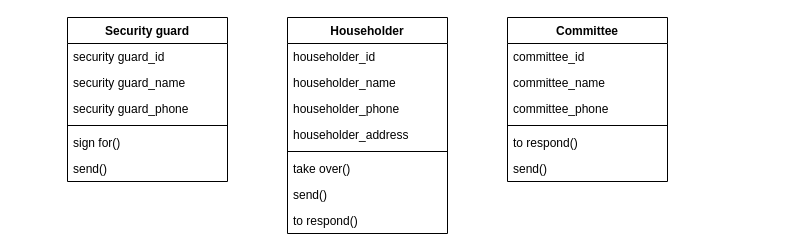
Earlier version of the draw.io diagram page "第2頁" (2 of 4) of answer.drawio (der0829/111-2Mid). Source tidied: cells renumbered, new cells numbered last; positions are measured from the earlier drawing's top-left corner, leaving out a move shared by most shapes. Both pictures are drawn from the tidied source at 100%, with x=0, y=0 at pixel (67, 17).
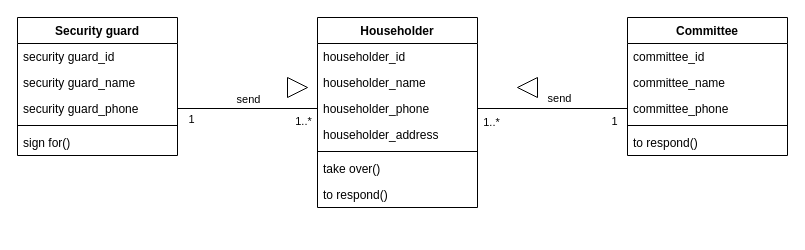
The same diagram, later.

The change refers to these unchanged cells:
```xml
<mxCell id="5" value="security guard_phone" style="text;strokeColor=none;fillColor=none;align=left;verticalAlign=top;spacingLeft=4;spacingRight=4;overflow=hidden;points=[[0,0.5],[1,0.5]];portConstraint=eastwest;" parent="2" vertex="1">
  <mxGeometry y="78" width="160" height="26" as="geometry" />
</mxCell>
<mxCell id="12" value="householder_phone" style="text;strokeColor=none;fillColor=none;align=left;verticalAlign=top;spacingLeft=4;spacingRight=4;overflow=hidden;points=[[0,0.5],[1,0.5]];portConstraint=eastwest;" parent="9" vertex="1">
  <mxGeometry y="78" width="160" height="26" as="geometry" />
</mxCell>
<mxCell id="21" value="committee_phone" style="text;strokeColor=none;fillColor=none;align=left;verticalAlign=top;spacingLeft=4;spacingRight=4;overflow=hidden;points=[[0,0.5],[1,0.5]];portConstraint=eastwest;" parent="18" vertex="1">
  <mxGeometry y="78" width="160" height="26" as="geometry" />
</mxCell>
```

What changed in the source:
```diff
@@
     <mxCell id="2" value="Security guard" style="swimlane;fontStyle=1;align=center;verticalAlign=top;horizontal=1;startSize=26;" parent="1" vertex="1">
-      <mxGeometry width="160" height="164" as="geometry" />
+      <mxGeometry x="-50" width="160" height="138" as="geometry" />
     </mxCell>
@@
-    <mxCell id="8" value="send()" style="text;strokeColor=none;fillColor=none;align=left;verticalAlign=top;spacingLeft=4;spacingRight=4;overflow=hidden;" parent="2" vertex="1">
-      <mxGeometry y="138" width="160" height="26" as="geometry" />
-    </mxCell>
     <mxCell id="9" value="Householder" style="swimlane;fontStyle=1;align=center;verticalAlign=top;horizontal=1;startSize=26;" parent="1" vertex="1">
-      <mxGeometry x="220" width="160" height="216" as="geometry" />
+      <mxGeometry x="250" width="160" height="190" as="geometry" />
     </mxCell>
@@
-    <mxCell id="16" value="send()" style="text;strokeColor=none;fillColor=none;align=left;verticalAlign=top;spacingLeft=4;spacingRight=4;overflow=hidden;" parent="9" vertex="1">
-      <mxGeometry y="164" width="160" height="26" as="geometry" />
-    </mxCell>
     <mxCell id="17" value="to respond()" style="text;strokeColor=none;fillColor=none;align=left;verticalAlign=top;spacingLeft=4;spacingRight=4;overflow=hidden;" parent="9" vertex="1">
-      <mxGeometry y="190" width="160" height="26" as="geometry" />
+      <mxGeometry y="164" width="160" height="26" as="geometry" />
     </mxCell>
     <mxCell id="18" value="Committee" style="swimlane;fontStyle=1;align=center;verticalAlign=top;horizontal=1;startSize=26;" parent="1" vertex="1">
-      <mxGeometry x="440" width="160" height="164" as="geometry" />
+      <mxGeometry x="560" width="160" height="138" as="geometry" />
     </mxCell>
@@
-    <mxCell id="24" value="send()" style="text;strokeColor=none;fillColor=none;align=left;verticalAlign=top;spacingLeft=4;spacingRight=4;overflow=hidden;" parent="18" vertex="1">
-      <mxGeometry y="138" width="160" height="26" as="geometry" />
-    </mxCell>
+    <mxCell id="25" style="edgeStyle=none;html=1;exitX=1;exitY=0.5;exitDx=0;exitDy=0;entryX=0;entryY=0.5;entryDx=0;entryDy=0;endArrow=none;endFill=0;" parent="1" edge="1" source="5" target="12">
+      <mxGeometry relative="1" as="geometry" />
+    </mxCell>
+    <mxCell id="26" value="1" style="edgeLabel;html=1;align=center;verticalAlign=top;" parent="25" vertex="1">
+      <mxGeometry x="-0.81" y="2" relative="1" as="geometry" />
+    </mxCell>
+    <mxCell id="27" value="1..*" style="edgeLabel;html=1;align=center;verticalAlign=top;" parent="25" vertex="1">
+      <mxGeometry x="0.79" relative="1" as="geometry" />
+    </mxCell>
+    <mxCell id="28" value="send" style="edgeLabel;html=1;align=center;verticalAlign=bottom;" parent="25" vertex="1">
+      <mxGeometry x="0.14" y="-2" relative="1" as="geometry">
+        <mxPoint x="-10" y="-3" as="offset" />
+      </mxGeometry>
+    </mxCell>
+    <mxCell id="29" style="edgeStyle=none;html=1;exitX=1;exitY=0.5;exitDx=0;exitDy=0;entryX=0;entryY=0.5;entryDx=0;entryDy=0;endArrow=none;endFill=0;" parent="1" edge="1" source="12" target="21">
+      <mxGeometry relative="1" as="geometry" />
+    </mxCell>
+    <mxCell id="30" value="1..*" style="edgeLabel;html=1;align=center;verticalAlign=top;" parent="29" vertex="1">
+      <mxGeometry x="-0.83" y="-1" relative="1" as="geometry" />
+    </mxCell>
+    <mxCell id="31" value="1" style="edgeLabel;html=1;align=center;verticalAlign=top;" parent="29" vertex="1">
+      <mxGeometry x="0.81" relative="1" as="geometry" />
+    </mxCell>
+    <mxCell id="32" value="send" style="edgeLabel;html=1;align=center;verticalAlign=middle;" parent="29" vertex="1">
+      <mxGeometry x="0.08" y="-1" relative="1" as="geometry">
+        <mxPoint y="-12" as="offset" />
+      </mxGeometry>
+    </mxCell>
+    <mxCell id="33" style="triangle;whiteSpace=wrap;html=1;" parent="1" vertex="1">
+      <mxGeometry x="220" y="60" width="20" height="20" as="geometry" />
+    </mxCell>
+    <mxCell id="34" style="triangle;whiteSpace=wrap;html=1;rotation=-180;" parent="1" vertex="1">
+      <mxGeometry x="450" y="60" width="20" height="20" as="geometry" />
+    </mxCell>
```
